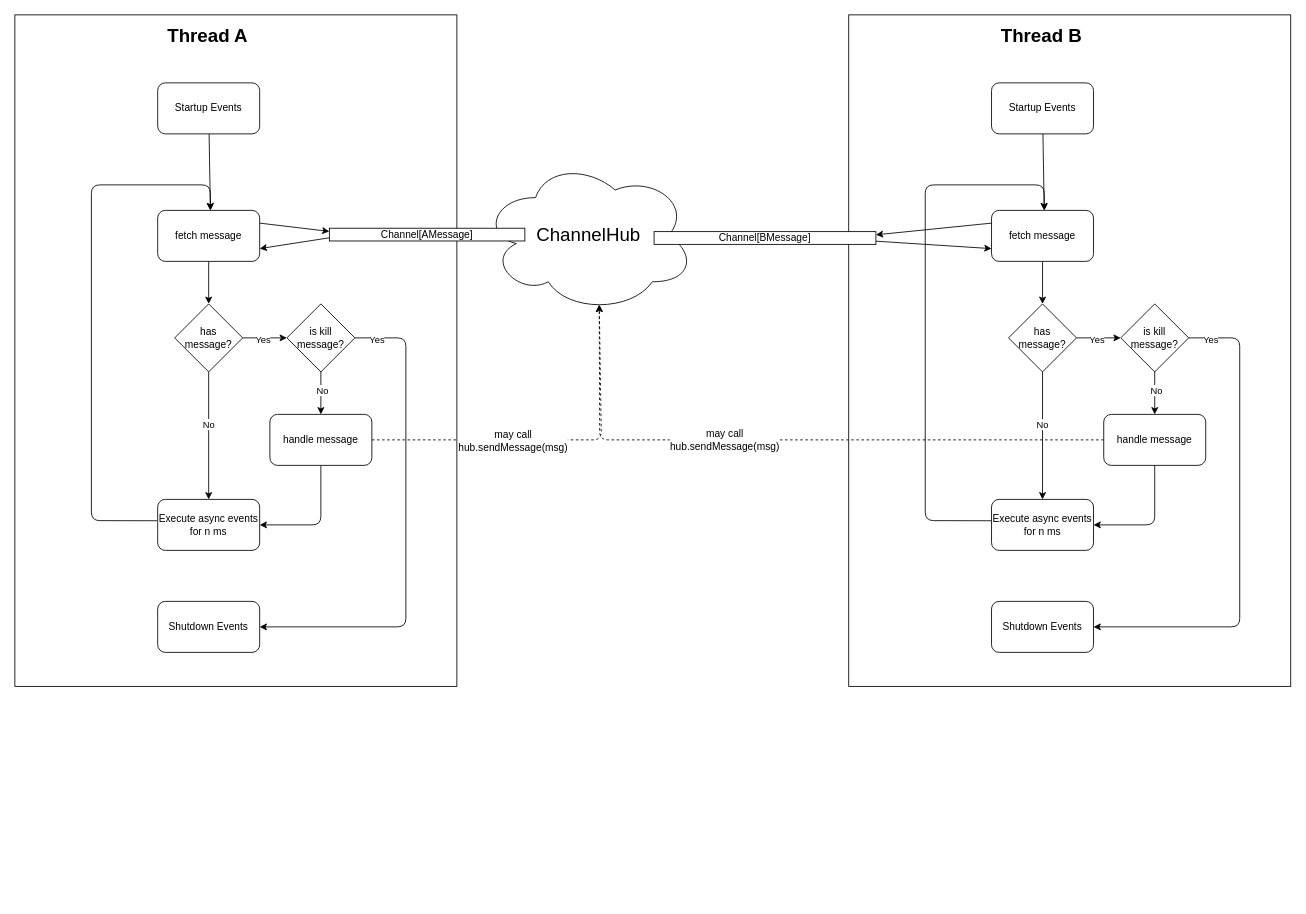
PhilippMDoerner/ThreadButler keeps this draw.io diagram as assets/app_architecture.drawio. Above is the earlier version. Source tidied: cells renumbered, new cells numbered last; positions are measured from the earlier drawing's top-left corner, leaving out a move shared by most shapes. Both pictures are drawn from the tidied source at 85%, with x=0, y=0 at pixel (14, 14).
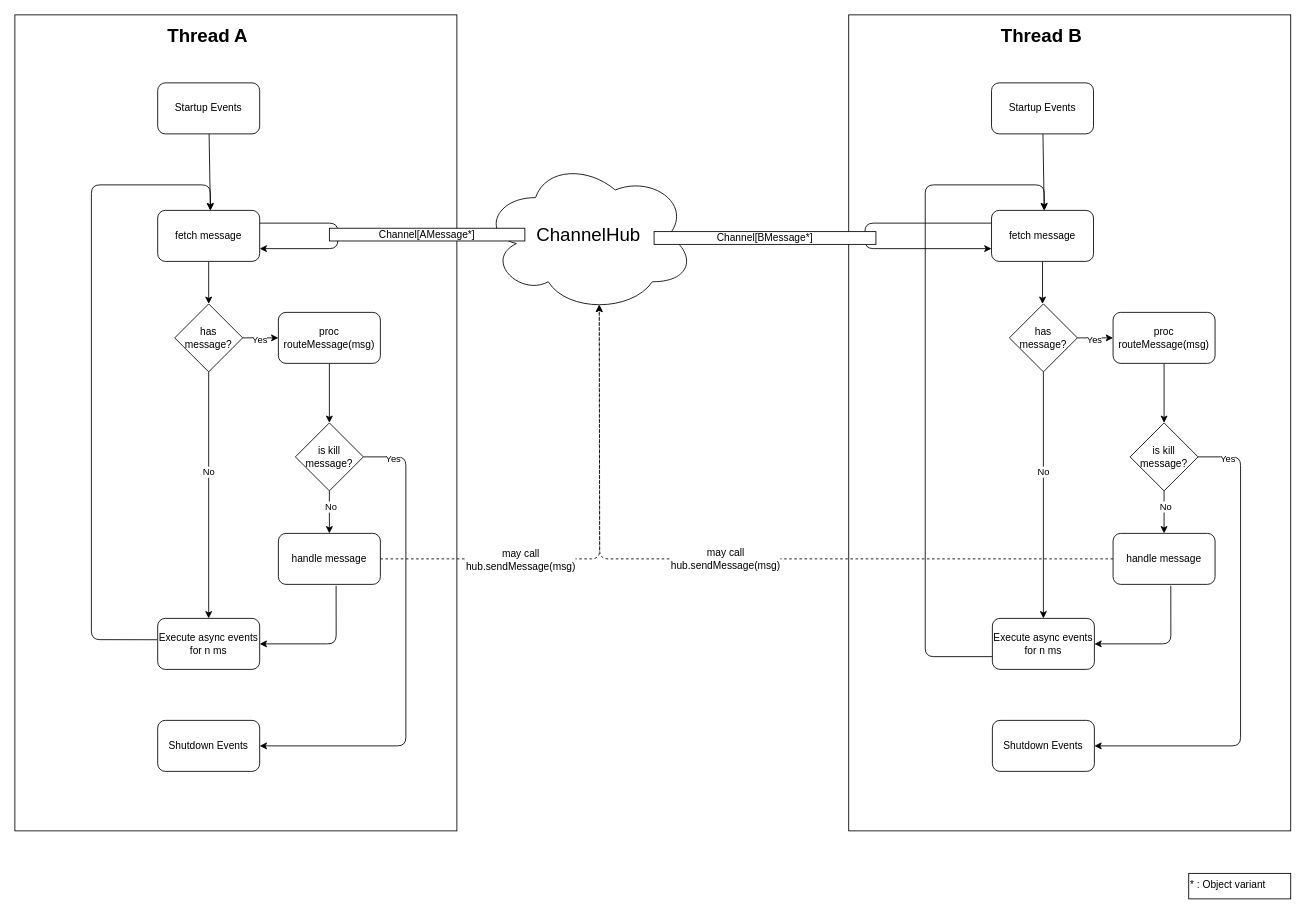
After the change.

The change refers to these unchanged cells:
```xml
<mxCell id="5" value="fetch message" style="rounded=1;whiteSpace=wrap;html=1;" parent="1" vertex="1">
  <mxGeometry x="168" y="230" width="120" height="60" as="geometry" />
</mxCell>
<mxCell id="16" value="has message?" style="rhombus;whiteSpace=wrap;html=1;" parent="1" vertex="1">
  <mxGeometry x="188" y="340" width="80" height="80" as="geometry" />
</mxCell>
<mxCell id="26" value="ChannelHub" style="ellipse;shape=cloud;whiteSpace=wrap;html=1;fontSize=22;" parent="1" vertex="1">
  <mxGeometry x="550" y="170" width="250" height="180" as="geometry" />
</mxCell>
<mxCell id="32" value="fetch message" style="rounded=1;whiteSpace=wrap;html=1;" parent="1" vertex="1">
  <mxGeometry x="1149" y="230" width="120" height="60" as="geometry" />
</mxCell>
```

The edit, as a diff of the source:
```diff
@@
-<mxGraphModel>
+<mxGraphModel background="#ffffff">
@@
     <mxCell id="2" style="rounded=0;whiteSpace=wrap;html=1;" parent="1" vertex="1">
-      <mxGeometry width="520" height="790" as="geometry" />
+      <mxGeometry width="520" height="960" as="geometry" />
     </mxCell>
@@
-    <mxCell id="4" style="edgeStyle=none;html=1;exitX=1;exitY=0.25;exitDx=0;exitDy=0;entryX=0;entryY=0.25;entryDx=0;entryDy=0;fontSize=22;startArrow=none;startFill=0;endArrow=classic;endFill=1;" parent="1" edge="1" source="5" target="28">
-      <mxGeometry relative="1" as="geometry" />
-    </mxCell>
@@
-    <mxCell id="6" style="edgeStyle=none;html=1;entryX=1;entryY=0.5;entryDx=0;entryDy=0;" parent="1" edge="1" source="9" target="11">
+    <mxCell id="6" style="edgeStyle=none;html=1;entryX=1;entryY=0.5;entryDx=0;entryDy=0;exitX=0.566;exitY=1.028;exitDx=0;exitDy=0;exitPerimeter=0;" parent="1" edge="1" source="9" target="11">
       <mxGeometry relative="1" as="geometry">
         <Array as="points">
-          <mxPoint x="360" y="600" />
+          <mxPoint x="378" y="740" />
         </Array>
       </mxGeometry>
     </mxCell>
     <mxCell id="7" style="edgeStyle=none;html=1;exitX=1;exitY=0.5;exitDx=0;exitDy=0;entryX=0.55;entryY=0.95;entryDx=0;entryDy=0;entryPerimeter=0;fontSize=22;startArrow=none;startFill=0;endArrow=classic;endFill=1;dashed=1;" parent="1" edge="1" source="9" target="26">
       <mxGeometry relative="1" as="geometry">
         <Array as="points">
-          <mxPoint x="690" y="500" />
+          <mxPoint x="688" y="640" />
         </Array>
       </mxGeometry>
     </mxCell>
     <mxCell id="8" value="may call&lt;br&gt;hub.sendMessage(msg)" style="edgeLabel;html=1;align=center;verticalAlign=middle;fontSize=12;" parent="7" vertex="1">
-      <mxGeometry x="-0.23" relative="1" as="geometry" />
+      <mxGeometry x="-0.23" relative="1" as="geometry">
+        <mxPoint x="-50" as="offset" />
+      </mxGeometry>
     </mxCell>
     <mxCell id="9" value="handle message" style="rounded=1;whiteSpace=wrap;html=1;" parent="1" vertex="1">
-      <mxGeometry x="300" y="470" width="120" height="60" as="geometry" />
+      <mxGeometry x="310" y="610" width="120" height="60" as="geometry" />
     </mxCell>
     <mxCell id="10" style="edgeStyle=none;html=1;exitX=-0.005;exitY=0.419;exitDx=0;exitDy=0;exitPerimeter=0;" parent="1" edge="1" source="11">
       <mxGeometry relative="1" as="geometry">
         <mxPoint x="230" y="230" as="targetPoint" />
         <Array as="points">
-          <mxPoint x="90" y="595" />
+          <mxPoint x="90" y="735" />
           <mxPoint x="90" y="200" />
           <mxPoint x="230" y="200" />
         </Array>
       </mxGeometry>
     </mxCell>
     <mxCell id="11" value="Execute async events for n ms" style="rounded=1;whiteSpace=wrap;html=1;" parent="1" vertex="1">
-      <mxGeometry x="168" y="570" width="120" height="60" as="geometry" />
+      <mxGeometry x="168" y="710" width="120" height="60" as="geometry" />
     </mxCell>
     <mxCell id="12" style="edgeStyle=none;html=1;entryX=0.5;entryY=0;entryDx=0;entryDy=0;startArrow=none;exitX=0.5;exitY=1;exitDx=0;exitDy=0;" parent="1" edge="1" source="24" target="9">
-      <mxGeometry relative="1" as="geometry">
-        <Array as="points">
-          <mxPoint x="360" y="380" />
-        </Array>
-      </mxGeometry>
+      <mxGeometry relative="1" as="geometry" />
     </mxCell>
     <mxCell id="13" value="No" style="edgeLabel;html=1;align=center;verticalAlign=middle;" parent="12" vertex="1">
-      <mxGeometry x="0.56" y="1" relative="1" as="geometry" />
+      <mxGeometry x="0.56" y="1" relative="1" as="geometry">
+        <mxPoint y="-21" as="offset" />
+      </mxGeometry>
     </mxCell>
@@
     <mxCell id="19" value="Shutdown Events" style="rounded=1;whiteSpace=wrap;html=1;" parent="1" vertex="1">
-      <mxGeometry x="168" y="690" width="120" height="60" as="geometry" />
+      <mxGeometry x="168" y="830" width="120" height="60" as="geometry" />
     </mxCell>
-    <mxCell id="20" style="edgeStyle=none;html=1;endArrow=classic;exitX=1;exitY=0.5;exitDx=0;exitDy=0;startArrow=none;startFill=0;endFill=1;entryX=0;entryY=0.5;entryDx=0;entryDy=0;" parent="1" edge="1" source="16" target="24">
+    <mxCell id="20" style="edgeStyle=none;html=1;endArrow=classic;exitX=1;exitY=0.5;exitDx=0;exitDy=0;startArrow=none;startFill=0;endFill=1;entryX=0;entryY=0.5;entryDx=0;entryDy=0;" parent="1" edge="1" source="16" target="56">
       <mxGeometry relative="1" as="geometry" />
     </mxCell>
@@
     <mxCell id="22" style="edgeStyle=none;html=1;exitX=1;exitY=0.5;exitDx=0;exitDy=0;entryX=1;entryY=0.5;entryDx=0;entryDy=0;" parent="1" edge="1" source="24" target="19">
       <mxGeometry relative="1" as="geometry">
         <Array as="points">
-          <mxPoint x="460" y="380" />
-          <mxPoint x="460" y="720" />
+          <mxPoint x="460" y="520" />
+          <mxPoint x="460" y="860" />
         </Array>
       </mxGeometry>
     </mxCell>
     <mxCell id="23" value="Yes" style="edgeLabel;html=1;align=center;verticalAlign=middle;" parent="22" vertex="1">
       <mxGeometry x="-0.83" y="-1" relative="1" as="geometry">
-        <mxPoint x="-24" as="offset" />
+        <mxPoint x="-14" as="offset" />
       </mxGeometry>
     </mxCell>
     <mxCell id="24" value="is kill message?" style="rhombus;whiteSpace=wrap;html=1;" parent="1" vertex="1">
-      <mxGeometry x="320" y="340" width="80" height="80" as="geometry" />
+      <mxGeometry x="330" y="480" width="80" height="80" as="geometry" />
     </mxCell>
@@
-    <mxCell id="27" style="edgeStyle=none;html=1;exitX=0;exitY=0.75;exitDx=0;exitDy=0;entryX=1;entryY=0.75;entryDx=0;entryDy=0;fontSize=22;startArrow=none;startFill=0;endArrow=classic;endFill=1;" parent="1" edge="1" source="28" target="5">
-      <mxGeometry relative="1" as="geometry" />
+    <mxCell id="27" style="edgeStyle=none;html=1;exitX=1;exitY=0.25;exitDx=0;exitDy=0;entryX=1;entryY=0.75;entryDx=0;entryDy=0;fontSize=22;startArrow=none;startFill=0;endArrow=classic;endFill=1;" parent="1" edge="1" source="5" target="5">
+      <mxGeometry relative="1" as="geometry">
+        <Array as="points">
+          <mxPoint x="380" y="245" />
+          <mxPoint x="380" y="275" />
+        </Array>
+      </mxGeometry>
     </mxCell>
-    <mxCell id="28" value="Channel[AMessage]" style="rounded=0;whiteSpace=wrap;html=1;fontSize=12;" parent="1" vertex="1">
+    <mxCell id="28" value="Channel[AMessage*]" style="rounded=0;whiteSpace=wrap;html=1;fontSize=12;" parent="1" vertex="1">
       <mxGeometry x="370" y="251" width="230" height="15" as="geometry" />
     </mxCell>
     <mxCell id="29" style="rounded=0;whiteSpace=wrap;html=1;" parent="1" vertex="1">
-      <mxGeometry x="981" width="520" height="790" as="geometry" />
+      <mxGeometry x="981" width="520" height="960" as="geometry" />
     </mxCell>
-    <mxCell id="30" style="edgeStyle=none;html=1;" parent="1" edge="1" source="32" target="43">
-      <mxGeometry relative="1" as="geometry" />
+    <mxCell id="30" style="edgeStyle=none;html=1;" parent="1" edge="1" source="32">
+      <mxGeometry relative="1" as="geometry">
+        <mxPoint x="1209" y="340" as="targetPoint" />
+      </mxGeometry>
     </mxCell>
-    <mxCell id="31" style="edgeStyle=none;html=1;exitX=0;exitY=0.25;exitDx=0;exitDy=0;entryX=1;entryY=0.25;entryDx=0;entryDy=0;fontSize=22;startArrow=none;startFill=0;endArrow=classic;endFill=1;" parent="1" edge="1" source="32" target="54">
-      <mxGeometry relative="1" as="geometry" />
+    <mxCell id="31" style="edgeStyle=none;html=1;exitX=0;exitY=0.25;exitDx=0;exitDy=0;entryX=0;entryY=0.75;entryDx=0;entryDy=0;fontSize=22;startArrow=none;startFill=0;endArrow=classic;endFill=1;" parent="1" edge="1" source="32" target="32">
+      <mxGeometry relative="1" as="geometry">
+        <Array as="points">
+          <mxPoint x="1000" y="245" />
+          <mxPoint x="1000" y="275" />
+        </Array>
+      </mxGeometry>
     </mxCell>
@@
-    <mxCell id="33" style="edgeStyle=none;html=1;entryX=1;entryY=0.5;entryDx=0;entryDy=0;" parent="1" edge="1" source="36" target="38">
-      <mxGeometry relative="1" as="geometry">
-        <Array as="points">
-          <mxPoint x="1341" y="600" />
-        </Array>
-      </mxGeometry>
-    </mxCell>
     <mxCell id="34" style="edgeStyle=none;html=1;exitX=0;exitY=0.5;exitDx=0;exitDy=0;fontSize=12;startArrow=none;startFill=0;endArrow=classic;endFill=1;entryX=0.55;entryY=0.95;entryDx=0;entryDy=0;entryPerimeter=0;dashed=1;" parent="1" edge="1" source="36" target="26">
       <mxGeometry relative="1" as="geometry">
         <Array as="points">
-          <mxPoint x="688" y="500" />
+          <mxPoint x="688" y="640" />
         </Array>
       </mxGeometry>
     </mxCell>
     <mxCell id="35" value="may call&lt;br&gt;hub.sendMessage(msg)" style="edgeLabel;html=1;align=center;verticalAlign=middle;fontSize=12;" parent="34" vertex="1">
-      <mxGeometry x="0.19" y="-1" relative="1" as="geometry" />
+      <mxGeometry x="0.19" y="-1" relative="1" as="geometry">
+        <mxPoint x="80" as="offset" />
+      </mxGeometry>
     </mxCell>
+    <mxCell id="37" style="edgeStyle=none;html=1;exitX=0;exitY=0.75;exitDx=0;exitDy=0;" parent="1" edge="1" source="38">
+      <mxGeometry relative="1" as="geometry">
+        <mxPoint x="1211" y="230" as="targetPoint" />
+        <Array as="points">
+          <mxPoint x="1071" y="755" />
+          <mxPoint x="1071" y="200" />
+          <mxPoint x="1211" y="200" />
+        </Array>
+      </mxGeometry>
+    </mxCell>
+    <mxCell id="44" style="edgeStyle=none;html=1;" parent="1" edge="1" source="45">
+      <mxGeometry relative="1" as="geometry">
+        <mxPoint x="1211" y="230" as="targetPoint" />
+      </mxGeometry>
+    </mxCell>
+    <mxCell id="45" value="Startup Events" style="rounded=1;whiteSpace=wrap;html=1;" parent="1" vertex="1">
+      <mxGeometry x="1149" y="80" width="120" height="60" as="geometry" />
+    </mxCell>
+    <mxCell id="52" value="Thread B" style="text;html=1;strokeColor=none;fillColor=none;align=center;verticalAlign=middle;whiteSpace=wrap;rounded=0;fontSize=22;fontStyle=1;" parent="1" vertex="1">
+      <mxGeometry x="1147" y="10" width="122" height="30" as="geometry" />
+    </mxCell>
+    <mxCell id="54" value="Channel[BMessage*]" style="rounded=0;whiteSpace=wrap;html=1;fontSize=12;" parent="1" vertex="1">
+      <mxGeometry x="752" y="255" width="261" height="15" as="geometry" />
+    </mxCell>
+    <mxCell id="55" style="edgeStyle=none;html=1;exitX=0.5;exitY=1;exitDx=0;exitDy=0;entryX=0.5;entryY=0;entryDx=0;entryDy=0;" parent="1" edge="1" source="56" target="24">
+      <mxGeometry relative="1" as="geometry" />
+    </mxCell>
+    <mxCell id="56" value="proc routeMessage(msg)" style="rounded=1;whiteSpace=wrap;html=1;" parent="1" vertex="1">
+      <mxGeometry x="310" y="350" width="120" height="60" as="geometry" />
+    </mxCell>
+    <mxCell id="33" style="edgeStyle=none;html=1;entryX=1;entryY=0.5;entryDx=0;entryDy=0;exitX=0.566;exitY=1.028;exitDx=0;exitDy=0;exitPerimeter=0;" parent="1" edge="1" source="36" target="38">
+      <mxGeometry relative="1" as="geometry">
+        <Array as="points">
+          <mxPoint x="1360" y="740" />
+        </Array>
+      </mxGeometry>
+    </mxCell>
     <mxCell id="36" value="handle message" style="rounded=1;whiteSpace=wrap;html=1;" parent="1" vertex="1">
-      <mxGeometry x="1281" y="470" width="120" height="60" as="geometry" />
+      <mxGeometry x="1292" y="610" width="120" height="60" as="geometry" />
     </mxCell>
-    <mxCell id="37" style="edgeStyle=none;html=1;exitX=-0.005;exitY=0.419;exitDx=0;exitDy=0;exitPerimeter=0;" parent="1" edge="1" source="38">
-      <mxGeometry relative="1" as="geometry">
-        <mxPoint x="1211" y="230" as="targetPoint" />
-        <Array as="points">
-          <mxPoint x="1071" y="595" />
-          <mxPoint x="1071" y="200" />
-          <mxPoint x="1211" y="200" />
-        </Array>
-      </mxGeometry>
-    </mxCell>
     <mxCell id="38" value="Execute async events for n ms" style="rounded=1;whiteSpace=wrap;html=1;" parent="1" vertex="1">
-      <mxGeometry x="1149" y="570" width="120" height="60" as="geometry" />
+      <mxGeometry x="1150" y="710" width="120" height="60" as="geometry" />
     </mxCell>
     <mxCell id="39" style="edgeStyle=none;html=1;entryX=0.5;entryY=0;entryDx=0;entryDy=0;startArrow=none;exitX=0.5;exitY=1;exitDx=0;exitDy=0;" parent="1" edge="1" source="51" target="36">
-      <mxGeometry relative="1" as="geometry">
-        <Array as="points">
-          <mxPoint x="1341" y="380" />
-        </Array>
-      </mxGeometry>
+      <mxGeometry relative="1" as="geometry" />
     </mxCell>
-    <mxCell id="40" value="No" style="edgeLabel;html=1;align=center;verticalAlign=middle;" parent="39" vertex="1">
-      <mxGeometry x="0.56" y="1" relative="1" as="geometry" />
-    </mxCell>
-    <mxCell id="41" style="edgeStyle=none;html=1;" parent="1" edge="1" source="43" target="38">
-      <mxGeometry relative="1" as="geometry" />
-    </mxCell>
-    <mxCell id="42" value="No" style="edgeLabel;html=1;align=center;verticalAlign=middle;" parent="41" vertex="1">
-      <mxGeometry x="-0.19" y="-1" relative="1" as="geometry" />
-    </mxCell>
+    <mxCell id="57" value="No" style="edgeLabel;html=1;align=center;verticalAlign=middle;" parent="39" vertex="1">
+      <mxGeometry x="0.56" y="1" relative="1" as="geometry">
+        <mxPoint y="-21" as="offset" />
+      </mxGeometry>
+    </mxCell>
+    <mxCell id="58" style="edgeStyle=none;html=1;exitX=0.5;exitY=1;exitDx=0;exitDy=0;" parent="1" edge="1" source="43">
+      <mxGeometry relative="1" as="geometry">
+        <mxPoint x="1210" y="710" as="targetPoint" />
+      </mxGeometry>
+    </mxCell>
+    <mxCell id="59" value="No" style="edgeLabel;html=1;align=center;verticalAlign=middle;" parent="58" vertex="1">
+      <mxGeometry x="-0.19" y="-1" relative="1" as="geometry" />
+    </mxCell>
     <mxCell id="43" value="has message?" style="rhombus;whiteSpace=wrap;html=1;" parent="1" vertex="1">
-      <mxGeometry x="1169" y="340" width="80" height="80" as="geometry" />
+      <mxGeometry x="1170" y="340" width="80" height="80" as="geometry" />
     </mxCell>
-    <mxCell id="44" style="edgeStyle=none;html=1;" parent="1" edge="1" source="45">
-      <mxGeometry relative="1" as="geometry">
-        <mxPoint x="1211" y="230" as="targetPoint" />
-      </mxGeometry>
-    </mxCell>
-    <mxCell id="45" value="Startup Events" style="rounded=1;whiteSpace=wrap;html=1;" parent="1" vertex="1">
-      <mxGeometry x="1149" y="80" width="120" height="60" as="geometry" />
-    </mxCell>
     <mxCell id="46" value="Shutdown Events" style="rounded=1;whiteSpace=wrap;html=1;" parent="1" vertex="1">
-      <mxGeometry x="1149" y="690" width="120" height="60" as="geometry" />
+      <mxGeometry x="1150" y="830" width="120" height="60" as="geometry" />
     </mxCell>
-    <mxCell id="47" style="edgeStyle=none;html=1;endArrow=classic;exitX=1;exitY=0.5;exitDx=0;exitDy=0;startArrow=none;startFill=0;endFill=1;entryX=0;entryY=0.5;entryDx=0;entryDy=0;" parent="1" edge="1" source="43" target="51">
-      <mxGeometry relative="1" as="geometry" />
-    </mxCell>
-    <mxCell id="48" value="Yes" style="edgeLabel;html=1;align=center;verticalAlign=middle;" parent="47" vertex="1">
-      <mxGeometry x="-0.36" y="-1" relative="1" as="geometry">
-        <mxPoint x="6" as="offset" />
-      </mxGeometry>
-    </mxCell>
+    <mxCell id="60" style="edgeStyle=none;html=1;endArrow=classic;exitX=1;exitY=0.5;exitDx=0;exitDy=0;startArrow=none;startFill=0;endFill=1;entryX=0;entryY=0.5;entryDx=0;entryDy=0;" parent="1" edge="1" source="43" target="64">
+      <mxGeometry relative="1" as="geometry" />
+    </mxCell>
+    <mxCell id="61" value="Yes" style="edgeLabel;html=1;align=center;verticalAlign=middle;" parent="60" vertex="1">
+      <mxGeometry x="-0.36" y="-1" relative="1" as="geometry">
+        <mxPoint x="6" as="offset" />
+      </mxGeometry>
+    </mxCell>
     <mxCell id="49" style="edgeStyle=none;html=1;exitX=1;exitY=0.5;exitDx=0;exitDy=0;entryX=1;entryY=0.5;entryDx=0;entryDy=0;" parent="1" edge="1" source="51" target="46">
       <mxGeometry relative="1" as="geometry">
         <Array as="points">
-          <mxPoint x="1441" y="380" />
-          <mxPoint x="1441" y="720" />
+          <mxPoint x="1442" y="520" />
+          <mxPoint x="1442" y="860" />
         </Array>
       </mxGeometry>
     </mxCell>
-    <mxCell id="50" value="Yes" style="edgeLabel;html=1;align=center;verticalAlign=middle;" parent="49" vertex="1">
-      <mxGeometry x="-0.83" y="-1" relative="1" as="geometry">
-        <mxPoint x="-24" as="offset" />
-      </mxGeometry>
-    </mxCell>
+    <mxCell id="62" value="Yes" style="edgeLabel;html=1;align=center;verticalAlign=middle;" parent="49" vertex="1">
+      <mxGeometry x="-0.83" y="-1" relative="1" as="geometry">
+        <mxPoint x="-14" as="offset" />
+      </mxGeometry>
+    </mxCell>
     <mxCell id="51" value="is kill message?" style="rhombus;whiteSpace=wrap;html=1;" parent="1" vertex="1">
-      <mxGeometry x="1301" y="340" width="80" height="80" as="geometry" />
+      <mxGeometry x="1312" y="480" width="80" height="80" as="geometry" />
     </mxCell>
-    <mxCell id="52" value="Thread B" style="text;html=1;strokeColor=none;fillColor=none;align=center;verticalAlign=middle;whiteSpace=wrap;rounded=0;fontSize=22;fontStyle=1;" parent="1" vertex="1">
-      <mxGeometry x="1147" y="10" width="122" height="30" as="geometry" />
-    </mxCell>
-    <mxCell id="53" style="edgeStyle=none;html=1;exitX=1;exitY=0.75;exitDx=0;exitDy=0;entryX=0;entryY=0.75;entryDx=0;entryDy=0;fontSize=12;startArrow=none;startFill=0;endArrow=classic;endFill=1;" parent="1" edge="1" source="54" target="32">
-      <mxGeometry relative="1" as="geometry" />
-    </mxCell>
-    <mxCell id="54" value="Channel[BMessage]" style="rounded=0;whiteSpace=wrap;html=1;fontSize=12;" parent="1" vertex="1">
-      <mxGeometry x="752" y="255" width="261" height="15" as="geometry" />
-    </mxCell>
+    <mxCell id="63" style="edgeStyle=none;html=1;exitX=0.5;exitY=1;exitDx=0;exitDy=0;entryX=0.5;entryY=0;entryDx=0;entryDy=0;" parent="1" edge="1" source="64" target="51">
+      <mxGeometry relative="1" as="geometry" />
+    </mxCell>
+    <mxCell id="64" value="proc routeMessage(msg)" style="rounded=1;whiteSpace=wrap;html=1;" parent="1" vertex="1">
+      <mxGeometry x="1292" y="350" width="120" height="60" as="geometry" />
+    </mxCell>
+    <mxCell id="65" value="* : Object variant" style="rounded=0;whiteSpace=wrap;html=1;align=left;verticalAlign=top;" parent="1" vertex="1">
+      <mxGeometry x="1381" y="1010" width="120" height="30" as="geometry" />
+    </mxCell>
```
